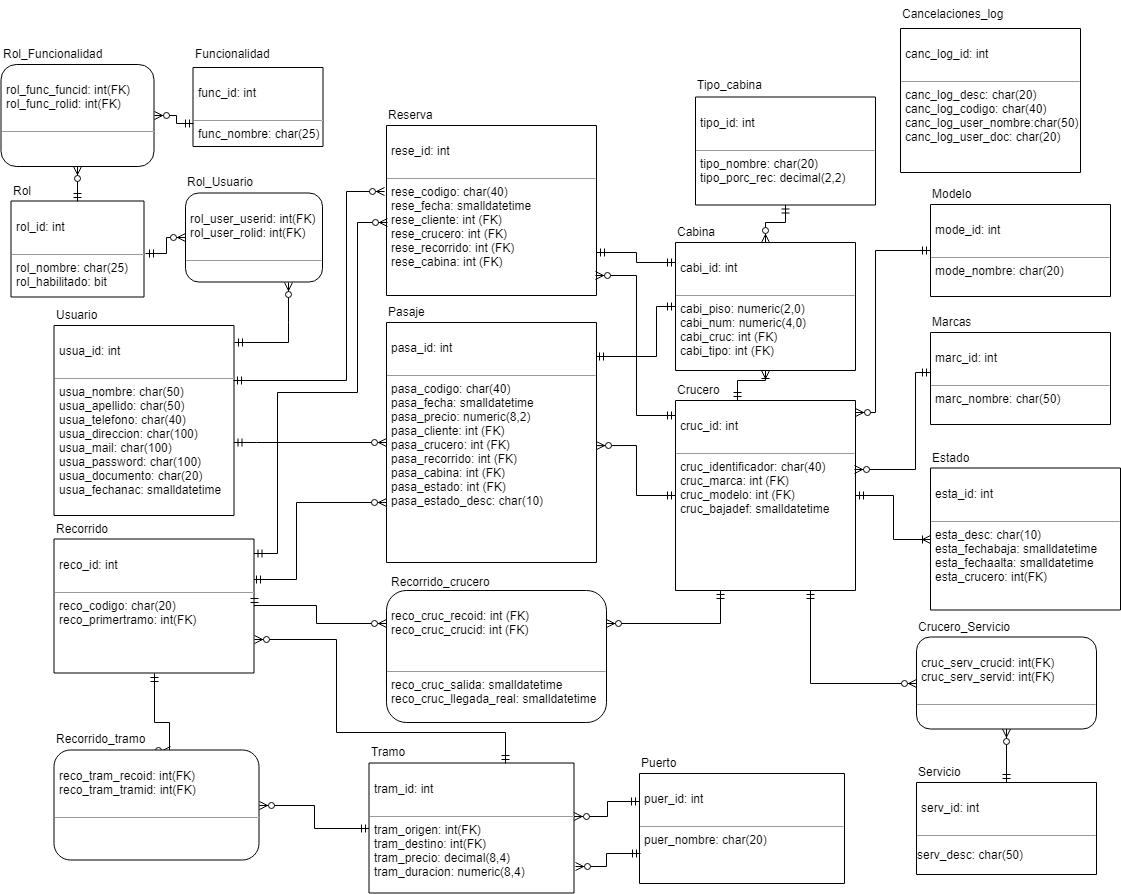
Above: gdd tp.png in UliDePiero/GdD_1C2K19 (draw.io), before the change. Source tidied: cells renumbered, new cells last; positions are measured from the earlier drawing's top-left corner, leaving out a move shared by most shapes.
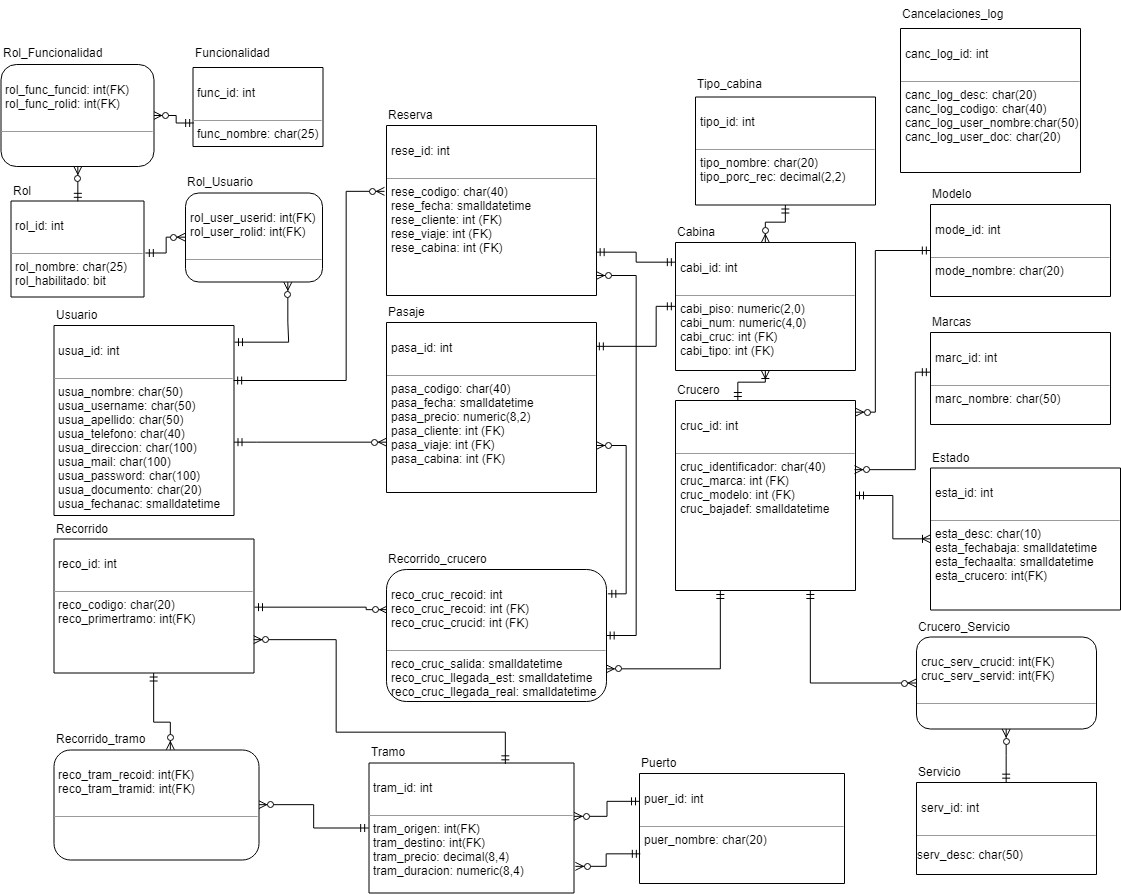
Later version of the same file.

The edit, as a diff of the source:
```diff
@@ -18,27 +18,19 @@
         </Array>
       </mxGeometry>
     </mxCell>
-    <mxCell id="4" value="&lt;p style=&quot;margin: 0px ; margin-top: 4px ; text-align: center&quot;&gt;&lt;br&gt;&lt;/p&gt;&lt;p style=&quot;margin: 0px ; margin-left: 4px&quot;&gt;usua_id: int&lt;/p&gt;&lt;p style=&quot;margin: 0px ; margin-left: 4px&quot;&gt;&lt;br&gt;&lt;/p&gt;&lt;hr size=&quot;1&quot;&gt;&lt;p style=&quot;margin: 0px ; margin-left: 4px&quot;&gt;usua_nombre: char(50)&lt;/p&gt;&lt;p style=&quot;margin: 0px ; margin-left: 4px&quot;&gt;usua_apellido: char(50)&lt;/p&gt;&lt;p style=&quot;margin: 0px ; margin-left: 4px&quot;&gt;usua_telefono: char(40)&lt;/p&gt;&lt;p style=&quot;margin: 0px ; margin-left: 4px&quot;&gt;usua_direccion: char(100)&lt;/p&gt;&lt;p style=&quot;margin: 0px ; margin-left: 4px&quot;&gt;usua_mail: char(100)&lt;/p&gt;&lt;p style=&quot;margin: 0px ; margin-left: 4px&quot;&gt;usua_password: char(100)&lt;/p&gt;&lt;p style=&quot;margin: 0px ; margin-left: 4px&quot;&gt;usua_documento: char(20)&lt;/p&gt;&lt;p style=&quot;margin: 0px ; margin-left: 4px&quot;&gt;usua_fechanac: smalldatetime&lt;/p&gt;&lt;p style=&quot;margin: 0px ; margin-left: 4px&quot;&gt;&lt;br&gt;&lt;/p&gt;" style="verticalAlign=top;align=left;overflow=fill;fontSize=12;fontFamily=Helvetica;html=1;rounded=0;shadow=0;comic=0;labelBackgroundColor=none;strokeColor=#000000;strokeWidth=1;fillColor=#ffffff;direction=south;" parent="1" vertex="1">
+    <mxCell id="4" value="&lt;p style=&quot;margin: 0px ; margin-top: 4px ; text-align: center&quot;&gt;&lt;br&gt;&lt;/p&gt;&lt;p style=&quot;margin: 0px ; margin-left: 4px&quot;&gt;usua_id: int&lt;/p&gt;&lt;p style=&quot;margin: 0px ; margin-left: 4px&quot;&gt;&lt;br&gt;&lt;/p&gt;&lt;hr size=&quot;1&quot;&gt;&lt;p style=&quot;margin: 0px ; margin-left: 4px&quot;&gt;usua_nombre: char(50)&lt;/p&gt;&lt;p style=&quot;margin: 0px ; margin-left: 4px&quot;&gt;usua_username: char(50)&lt;/p&gt;&lt;p style=&quot;margin: 0px ; margin-left: 4px&quot;&gt;usua_apellido: char(50)&lt;/p&gt;&lt;p style=&quot;margin: 0px ; margin-left: 4px&quot;&gt;usua_telefono: char(40)&lt;/p&gt;&lt;p style=&quot;margin: 0px ; margin-left: 4px&quot;&gt;usua_direccion: char(100)&lt;/p&gt;&lt;p style=&quot;margin: 0px ; margin-left: 4px&quot;&gt;usua_mail: char(100)&lt;/p&gt;&lt;p style=&quot;margin: 0px ; margin-left: 4px&quot;&gt;usua_password: char(100)&lt;/p&gt;&lt;p style=&quot;margin: 0px ; margin-left: 4px&quot;&gt;usua_documento: char(20)&lt;/p&gt;&lt;p style=&quot;margin: 0px ; margin-left: 4px&quot;&gt;usua_fechanac: smalldatetime&lt;/p&gt;&lt;p style=&quot;margin: 0px ; margin-left: 4px&quot;&gt;&lt;br&gt;&lt;/p&gt;" style="verticalAlign=top;align=left;overflow=fill;fontSize=12;fontFamily=Helvetica;html=1;rounded=0;shadow=0;comic=0;labelBackgroundColor=none;strokeColor=#000000;strokeWidth=1;fillColor=#ffffff;direction=south;" parent="1" vertex="1">
       <mxGeometry x="53.5" y="325" width="180" height="190" as="geometry" />
     </mxCell>
     <mxCell id="5" style="edgeStyle=orthogonalEdgeStyle;rounded=0;jettySize=auto;html=1;exitX=0.141;exitY=0.005;exitDx=0;exitDy=0;entryX=0.5;entryY=1;entryDx=0;entryDy=0;startArrow=ERmandOne;startFill=0;endArrow=ERmandOne;endFill=0;exitPerimeter=0;" parent="1" edge="1" source="7" target="16">
       <mxGeometry relative="1" as="geometry">
         <Array as="points">
-          <mxPoint x="656" y="356" />
+          <mxPoint x="656" y="346" />
           <mxPoint x="656" y="306" />
         </Array>
       </mxGeometry>
     </mxCell>
-    <mxCell id="6" style="edgeStyle=orthogonalEdgeStyle;rounded=0;jettySize=auto;html=1;exitX=0.75;exitY=1;exitDx=0;exitDy=0;entryX=0.006;entryY=0.7;entryDx=0;entryDy=0;endArrow=ERmandOne;endFill=0;startArrow=ERzeroToMany;startFill=1;entryPerimeter=0;" parent="1" edge="1" source="7" target="21">
-      <mxGeometry relative="1" as="geometry">
-        <Array as="points">
-          <mxPoint x="296" y="502" />
-          <mxPoint x="296" y="579" />
-        </Array>
-      </mxGeometry>
-    </mxCell>
-    <mxCell id="7" value="&lt;p style=&quot;margin: 0px ; margin-top: 4px ; text-align: center&quot;&gt;&lt;br&gt;&lt;/p&gt;&lt;p style=&quot;margin: 0px ; margin-left: 4px&quot;&gt;pasa_id: int&lt;br&gt;&lt;/p&gt;&lt;p style=&quot;margin: 0px ; margin-left: 4px&quot;&gt;&lt;br&gt;&lt;/p&gt;&lt;hr size=&quot;1&quot;&gt;&lt;p style=&quot;margin: 0px ; margin-left: 4px&quot;&gt;&lt;span&gt;pasa_codigo: char(40)&lt;/span&gt;&lt;/p&gt;&lt;p style=&quot;margin: 0px ; margin-left: 4px&quot;&gt;&lt;span&gt;pasa_fecha: smalldatetime&lt;/span&gt;&lt;/p&gt;&lt;p style=&quot;margin: 0px ; margin-left: 4px&quot;&gt;&lt;span&gt;pasa_precio: numeric(8,2)&lt;/span&gt;&lt;/p&gt;&lt;p style=&quot;margin: 0px ; margin-left: 4px&quot;&gt;&lt;span&gt;pasa_cliente: int (FK)&lt;/span&gt;&lt;br&gt;&lt;/p&gt;&lt;p style=&quot;margin: 0px ; margin-left: 4px&quot;&gt;pasa_crucero: int (FK)&lt;/p&gt;&lt;p style=&quot;margin: 0px ; margin-left: 4px&quot;&gt;pasa_recorrido: int (FK)&lt;/p&gt;&lt;p style=&quot;margin: 0px ; margin-left: 4px&quot;&gt;pasa_cabina: int (FK)&lt;/p&gt;&lt;p style=&quot;margin: 0px ; margin-left: 4px&quot;&gt;pasa_estado: int (FK)&lt;/p&gt;&lt;p style=&quot;margin: 0px ; margin-left: 4px&quot;&gt;pasa_estado_desc: char(10)&lt;/p&gt;&lt;p&gt;&lt;br&gt;&lt;/p&gt;" style="verticalAlign=top;align=left;overflow=fill;fontSize=12;fontFamily=Helvetica;html=1;rounded=0;shadow=0;comic=0;labelBackgroundColor=none;strokeColor=#000000;strokeWidth=1;fillColor=#ffffff;direction=south;" parent="1" vertex="1">
-      <mxGeometry x="386" y="322" width="210" height="240" as="geometry" />
+    <mxCell id="7" value="&lt;p style=&quot;margin: 0px ; margin-top: 4px ; text-align: center&quot;&gt;&lt;br&gt;&lt;/p&gt;&lt;p style=&quot;margin: 0px ; margin-left: 4px&quot;&gt;pasa_id: int&lt;br&gt;&lt;/p&gt;&lt;p style=&quot;margin: 0px ; margin-left: 4px&quot;&gt;&lt;br&gt;&lt;/p&gt;&lt;hr size=&quot;1&quot;&gt;&lt;p style=&quot;margin: 0px ; margin-left: 4px&quot;&gt;&lt;span&gt;pasa_codigo: char(40)&lt;/span&gt;&lt;/p&gt;&lt;p style=&quot;margin: 0px ; margin-left: 4px&quot;&gt;&lt;span&gt;pasa_fecha: smalldatetime&lt;/span&gt;&lt;/p&gt;&lt;p style=&quot;margin: 0px ; margin-left: 4px&quot;&gt;&lt;span&gt;pasa_precio: numeric(8,2)&lt;/span&gt;&lt;/p&gt;&lt;p style=&quot;margin: 0px ; margin-left: 4px&quot;&gt;&lt;span&gt;pasa_cliente: int (FK)&lt;/span&gt;&lt;br&gt;&lt;/p&gt;&lt;p style=&quot;margin: 0px ; margin-left: 4px&quot;&gt;pasa_viaje: int (FK)&lt;/p&gt;&lt;p style=&quot;margin: 0px ; margin-left: 4px&quot;&gt;&lt;span&gt;pasa_cabina: int (FK)&lt;/span&gt;&lt;br&gt;&lt;/p&gt;&lt;p style=&quot;margin: 0px ; margin-left: 4px&quot;&gt;&lt;br&gt;&lt;/p&gt;" style="verticalAlign=top;align=left;overflow=fill;fontSize=12;fontFamily=Helvetica;html=1;rounded=0;shadow=0;comic=0;labelBackgroundColor=none;strokeColor=#000000;strokeWidth=1;fillColor=#ffffff;direction=south;" parent="1" vertex="1">
+      <mxGeometry x="386" y="322" width="210" height="170" as="geometry" />
     </mxCell>
     <mxCell id="8" value="Usuario" style="text;html=1;align=left;verticalAlign=top;spacingTop=-4;" parent="1" vertex="1">
       <mxGeometry x="53.5" y="305" width="60" height="20" as="geometry" />
@@ -47,7 +39,12 @@
       <mxGeometry x="386" y="302" width="50" height="20" as="geometry" />
     </mxCell>
     <mxCell id="10" style="edgeStyle=orthogonalEdgeStyle;rounded=0;jettySize=auto;html=1;startArrow=ERmandOne;startFill=0;endArrow=ERoneToMany;endFill=0;exitX=0.002;exitY=0.653;exitDx=0;exitDy=0;exitPerimeter=0;" parent="1" edge="1" source="13" target="16">
-      <mxGeometry relative="1" as="geometry" />
+      <mxGeometry relative="1" as="geometry">
+        <Array as="points">
+          <mxPoint x="737" y="382" />
+          <mxPoint x="765" y="382" />
+        </Array>
+      </mxGeometry>
     </mxCell>
     <mxCell id="11" style="edgeStyle=orthogonalEdgeStyle;rounded=0;jettySize=auto;html=1;startArrow=ERmandOne;startFill=0;endArrow=ERoneToMany;endFill=0;" parent="1" edge="1" source="13" target="14">
       <mxGeometry relative="1" as="geometry" />
@@ -70,9 +67,13 @@
     <mxCell id="17" value="&lt;p style=&quot;margin: 0px ; margin-top: 4px ; text-align: center&quot;&gt;&lt;br&gt;&lt;/p&gt;&lt;p style=&quot;margin: 0px ; margin-left: 4px&quot;&gt;tipo_id: int&lt;/p&gt;&lt;p style=&quot;margin: 0px ; margin-left: 4px&quot;&gt;&lt;br&gt;&lt;/p&gt;&lt;hr size=&quot;1&quot;&gt;&lt;p style=&quot;margin: 0px ; margin-left: 4px&quot;&gt;&lt;span&gt;tipo_nombre: char(20)&lt;/span&gt;&lt;br&gt;&lt;/p&gt;&lt;p style=&quot;margin: 0px ; margin-left: 4px&quot;&gt;tipo_porc_rec: decimal(2,2)&lt;/p&gt;&lt;p style=&quot;margin: 0px ; margin-left: 4px&quot;&gt;&lt;br&gt;&lt;/p&gt;&lt;p style=&quot;margin: 0px ; margin-left: 4px&quot;&gt;&lt;br&gt;&lt;/p&gt;&lt;p style=&quot;margin: 0px ; margin-left: 4px&quot;&gt;&lt;br&gt;&lt;/p&gt;" style="verticalAlign=top;align=left;overflow=fill;fontSize=12;fontFamily=Helvetica;html=1;rounded=0;shadow=0;comic=0;labelBackgroundColor=none;strokeColor=#000000;strokeWidth=1;fillColor=#ffffff;direction=south;" parent="1" vertex="1">
       <mxGeometry x="695" y="96.5" width="180" height="108" as="geometry" />
     </mxCell>
-    <mxCell id="18" style="endArrow=ERmandOne;html=1;exitX=0.5;exitY=0;exitDx=0;exitDy=0;entryX=0.5;entryY=1;entryDx=0;entryDy=0;startArrow=ERzeroToMany;startFill=1;endFill=0;edgeStyle=orthogonalEdgeStyle;rounded=0;" parent="1" edge="1" target="13">
+    <mxCell id="18" style="endArrow=ERmandOne;html=1;exitX=0.5;exitY=0;exitDx=0;exitDy=0;entryX=0.182;entryY=-0.005;entryDx=0;entryDy=0;startArrow=ERzeroToMany;startFill=1;endFill=0;edgeStyle=orthogonalEdgeStyle;rounded=0;entryPerimeter=0;" parent="1" edge="1" target="29">
       <mxGeometry relative="1" as="geometry">
         <mxPoint x="596" y="445.1" as="sourcePoint" />
+        <Array as="points">
+          <mxPoint x="626" y="445" />
+          <mxPoint x="626" y="593" />
+        </Array>
       </mxGeometry>
     </mxCell>
     <mxCell id="19" value="Crucero" style="text;html=1;align=left;verticalAlign=top;spacingTop=-4;" parent="1" vertex="1">
@@ -98,11 +99,12 @@
     <mxCell id="24" value="Tramo" style="text;html=1;align=left;verticalAlign=top;spacingTop=-4;" parent="1" vertex="1">
       <mxGeometry x="368.5" y="741.5" width="50" height="20" as="geometry" />
     </mxCell>
-    <mxCell id="25" style="endArrow=ERzeroToMany;html=1;endFill=1;startArrow=ERmandOne;startFill=0;edgeStyle=orthogonalEdgeStyle;strokeColor=#000000;rounded=0;entryX=0.25;entryY=1;entryDx=0;entryDy=0;exitX=0;exitY=0.5;exitDx=0;exitDy=0;" parent="1" edge="1" source="21" target="29">
+    <mxCell id="25" style="endArrow=ERzeroToMany;html=1;endFill=1;startArrow=ERmandOne;startFill=0;edgeStyle=orthogonalEdgeStyle;strokeColor=#000000;rounded=0;entryX=0.303;entryY=0.995;entryDx=0;entryDy=0;exitX=0;exitY=0.5;exitDx=0;exitDy=0;entryPerimeter=0;" parent="1" edge="1" target="29">
       <mxGeometry relative="1" as="geometry">
+        <mxPoint x="254" y="607" as="sourcePoint" />
         <Array as="points">
-          <mxPoint x="316" y="605" />
-          <mxPoint x="316" y="623" />
+          <mxPoint x="366" y="607" />
+          <mxPoint x="366" y="609" />
         </Array>
       </mxGeometry>
     </mxCell>
@@ -115,14 +117,14 @@
     <mxCell id="28" value="Estado" style="text;html=1;align=left;verticalAlign=top;spacingTop=-4;" parent="1" vertex="1">
       <mxGeometry x="930" y="447.5" width="50" height="20" as="geometry" />
     </mxCell>
-    <mxCell id="29" value="&lt;p style=&quot;margin: 0px ; margin-top: 4px ; text-align: center&quot;&gt;&lt;br&gt;&lt;/p&gt;&lt;p style=&quot;margin: 0px ; margin-left: 4px&quot;&gt;&lt;span&gt;reco_cruc_recoid: int (FK)&lt;/span&gt;&lt;br&gt;&lt;/p&gt;&lt;p style=&quot;margin: 0px ; margin-left: 4px&quot;&gt;&lt;span&gt;reco_cruc_crucid: int (FK)&lt;/span&gt;&lt;/p&gt;&lt;p style=&quot;margin: 0px ; margin-left: 4px&quot;&gt;&lt;br&gt;&lt;/p&gt;&lt;p style=&quot;margin: 0px ; margin-left: 4px&quot;&gt;&lt;br&gt;&lt;/p&gt;&lt;hr size=&quot;1&quot;&gt;&lt;p style=&quot;margin: 0px ; margin-left: 4px&quot;&gt;&lt;span&gt;reco_cruc_salida: smalldatetime&lt;/span&gt;&lt;br&gt;&lt;/p&gt;&lt;p style=&quot;margin: 0px ; margin-left: 4px&quot;&gt;&lt;span&gt;reco_cruc_llegada_real: smalldatetime&lt;/span&gt;&lt;br&gt;&lt;/p&gt;&lt;p style=&quot;margin: 0px ; margin-left: 4px&quot;&gt;&lt;br&gt;&lt;/p&gt;" style="verticalAlign=top;align=left;overflow=fill;fontSize=12;fontFamily=Helvetica;html=1;rounded=1;shadow=0;comic=0;labelBackgroundColor=none;strokeColor=#000000;strokeWidth=1;fillColor=#ffffff;direction=south;" parent="1" vertex="1">
-      <mxGeometry x="386" y="590" width="220" height="132" as="geometry" />
+    <mxCell id="29" value="&lt;p style=&quot;margin: 0px ; margin-top: 4px ; text-align: center&quot;&gt;&lt;br&gt;&lt;/p&gt;&lt;p style=&quot;margin: 0px ; margin-left: 4px&quot;&gt;&lt;span&gt;reco_cruc_recoid: int&lt;/span&gt;&lt;/p&gt;&lt;p style=&quot;margin: 0px ; margin-left: 4px&quot;&gt;&lt;span&gt;reco_cruc_recoid: int (FK)&lt;/span&gt;&lt;br&gt;&lt;/p&gt;&lt;p style=&quot;margin: 0px ; margin-left: 4px&quot;&gt;&lt;span&gt;reco_cruc_crucid: int (FK)&lt;/span&gt;&lt;/p&gt;&lt;p style=&quot;margin: 0px ; margin-left: 4px&quot;&gt;&lt;br&gt;&lt;/p&gt;&lt;hr size=&quot;1&quot;&gt;&lt;p style=&quot;margin: 0px ; margin-left: 4px&quot;&gt;&lt;span&gt;reco_cruc_salida: smalldatetime&lt;/span&gt;&lt;br&gt;&lt;/p&gt;&lt;p style=&quot;margin: 0px ; margin-left: 4px&quot;&gt;&lt;span&gt;reco_cruc_llegada_est: smalldatetime&lt;/span&gt;&lt;/p&gt;&lt;p style=&quot;margin: 0px ; margin-left: 4px&quot;&gt;&lt;span&gt;reco_cruc_llegada_real: smalldatetime&lt;/span&gt;&lt;br&gt;&lt;/p&gt;&lt;p style=&quot;margin: 0px ; margin-left: 4px&quot;&gt;&lt;br&gt;&lt;/p&gt;" style="verticalAlign=top;align=left;overflow=fill;fontSize=12;fontFamily=Helvetica;html=1;rounded=1;shadow=0;comic=0;labelBackgroundColor=none;strokeColor=#000000;strokeWidth=1;fillColor=#ffffff;direction=south;" parent="1" vertex="1">
+      <mxGeometry x="386" y="569" width="220" height="132" as="geometry" />
     </mxCell>
-    <mxCell id="30" style="endArrow=ERzeroToMany;html=1;endFill=1;startArrow=ERmandOne;startFill=0;edgeStyle=orthogonalEdgeStyle;strokeColor=#000000;rounded=0;entryX=0.25;entryY=0;entryDx=0;entryDy=0;exitX=1;exitY=0.75;exitDx=0;exitDy=0;" parent="1" edge="1" source="13" target="29">
+    <mxCell id="30" style="endArrow=ERzeroToMany;html=1;endFill=1;startArrow=ERmandOne;startFill=0;edgeStyle=orthogonalEdgeStyle;strokeColor=#000000;rounded=0;entryX=0.75;entryY=0;entryDx=0;entryDy=0;exitX=1;exitY=0.75;exitDx=0;exitDy=0;" parent="1" edge="1" source="13" target="29">
       <mxGeometry relative="1" as="geometry" />
     </mxCell>
     <mxCell id="31" value="Recorrido_crucero" style="text;html=1;align=left;verticalAlign=top;spacingTop=-4;" parent="1" vertex="1">
-      <mxGeometry x="388.5" y="572" width="110" height="20" as="geometry" />
+      <mxGeometry x="386" y="549" width="110" height="20" as="geometry" />
     </mxCell>
     <mxCell id="32" value="&lt;p style=&quot;margin: 0px ; margin-top: 4px ; text-align: center&quot;&gt;&lt;br&gt;&lt;/p&gt;&lt;p style=&quot;margin: 0px ; margin-left: 4px&quot;&gt;puer_id: int&lt;/p&gt;&lt;p style=&quot;margin: 0px ; margin-left: 4px&quot;&gt;&lt;br&gt;&lt;/p&gt;&lt;hr size=&quot;1&quot;&gt;&lt;p style=&quot;margin: 0px ; margin-left: 4px&quot;&gt;puer_nombre: char(20)&lt;/p&gt;&lt;p style=&quot;margin: 0px ; margin-left: 4px&quot;&gt;&lt;br&gt;&lt;/p&gt;" style="verticalAlign=top;align=left;overflow=fill;fontSize=12;fontFamily=Helvetica;html=1;rounded=0;shadow=0;comic=0;labelBackgroundColor=none;strokeColor=#000000;strokeWidth=1;fillColor=#ffffff;direction=west;" parent="1" vertex="1">
       <mxGeometry x="639" y="773" width="205" height="110" as="geometry" />
@@ -262,7 +264,7 @@
     <mxCell id="63" value="Cancelaciones_log" style="text;html=1;" parent="1" vertex="1">
       <mxGeometry x="900" width="80" height="30" as="geometry" />
     </mxCell>
-    <mxCell id="64" value="&lt;p style=&quot;margin: 0px ; margin-top: 4px ; text-align: center&quot;&gt;&lt;br&gt;&lt;/p&gt;&lt;p style=&quot;margin: 0px ; margin-left: 4px&quot;&gt;rese_id: int&lt;br&gt;&lt;/p&gt;&lt;p style=&quot;margin: 0px ; margin-left: 4px&quot;&gt;&lt;br&gt;&lt;/p&gt;&lt;hr size=&quot;1&quot;&gt;&lt;p style=&quot;margin: 0px ; margin-left: 4px&quot;&gt;&lt;span&gt;rese_codigo: char(40)&lt;/span&gt;&lt;/p&gt;&lt;p style=&quot;margin: 0px ; margin-left: 4px&quot;&gt;&lt;span&gt;rese_fecha: smalldatetime&lt;/span&gt;&lt;/p&gt;&lt;p style=&quot;margin: 0px ; margin-left: 4px&quot;&gt;&lt;span&gt;rese_cliente: int (FK)&lt;/span&gt;&lt;br&gt;&lt;/p&gt;&lt;p style=&quot;margin: 0px ; margin-left: 4px&quot;&gt;rese_crucero: int (FK)&lt;/p&gt;&lt;p style=&quot;margin: 0px ; margin-left: 4px&quot;&gt;rese_recorrido: int (FK)&lt;/p&gt;&lt;p style=&quot;margin: 0px ; margin-left: 4px&quot;&gt;rese_cabina: int (FK)&lt;/p&gt;&lt;p style=&quot;margin: 0px ; margin-left: 4px&quot;&gt;&lt;br&gt;&lt;/p&gt;" style="verticalAlign=top;align=left;overflow=fill;fontSize=12;fontFamily=Helvetica;html=1;rounded=0;shadow=0;comic=0;labelBackgroundColor=none;strokeColor=#000000;strokeWidth=1;fillColor=#ffffff;direction=south;" parent="1" vertex="1">
+    <mxCell id="64" value="&lt;p style=&quot;margin: 0px ; margin-top: 4px ; text-align: center&quot;&gt;&lt;br&gt;&lt;/p&gt;&lt;p style=&quot;margin: 0px ; margin-left: 4px&quot;&gt;rese_id: int&lt;br&gt;&lt;/p&gt;&lt;p style=&quot;margin: 0px ; margin-left: 4px&quot;&gt;&lt;br&gt;&lt;/p&gt;&lt;hr size=&quot;1&quot;&gt;&lt;p style=&quot;margin: 0px ; margin-left: 4px&quot;&gt;&lt;span&gt;rese_codigo: char(40)&lt;/span&gt;&lt;/p&gt;&lt;p style=&quot;margin: 0px ; margin-left: 4px&quot;&gt;&lt;span&gt;rese_fecha: smalldatetime&lt;/span&gt;&lt;/p&gt;&lt;p style=&quot;margin: 0px ; margin-left: 4px&quot;&gt;&lt;span&gt;rese_cliente: int (FK)&lt;/span&gt;&lt;br&gt;&lt;/p&gt;&lt;p style=&quot;margin: 0px ; margin-left: 4px&quot;&gt;rese_viaje: int (FK)&lt;/p&gt;&lt;p style=&quot;margin: 0px ; margin-left: 4px&quot;&gt;rese_cabina: int (FK)&lt;/p&gt;&lt;p style=&quot;margin: 0px ; margin-left: 4px&quot;&gt;&lt;br&gt;&lt;/p&gt;" style="verticalAlign=top;align=left;overflow=fill;fontSize=12;fontFamily=Helvetica;html=1;rounded=0;shadow=0;comic=0;labelBackgroundColor=none;strokeColor=#000000;strokeWidth=1;fillColor=#ffffff;direction=south;" parent="1" vertex="1">
       <mxGeometry x="386" y="125" width="210" height="170" as="geometry" />
     </mxCell>
     <mxCell id="65" value="Reserva" style="text;html=1;align=left;verticalAlign=top;spacingTop=-4;" parent="1" vertex="1">
@@ -276,16 +278,6 @@
         </Array>
       </mxGeometry>
     </mxCell>
-    <mxCell id="67" style="edgeStyle=orthogonalEdgeStyle;rounded=0;jettySize=auto;html=1;endArrow=ERzeroToMany;endFill=1;startArrow=ERmandOne;startFill=0;entryX=0.569;entryY=0.994;entryDx=0;entryDy=0;entryPerimeter=0;" parent="1" edge="1" source="21" target="64">
-      <mxGeometry relative="1" as="geometry">
-        <Array as="points">
-          <mxPoint x="277" y="553" />
-          <mxPoint x="277" y="392" />
-          <mxPoint x="357" y="392" />
-          <mxPoint x="357" y="222" />
-        </Array>
-      </mxGeometry>
-    </mxCell>
     <mxCell id="68" style="edgeStyle=orthogonalEdgeStyle;rounded=0;orthogonalLoop=1;jettySize=auto;html=1;startArrow=ERmandOne;startFill=0;endArrow=ERmandOne;endFill=0;" parent="1" edge="1">
       <mxGeometry relative="1" as="geometry">
         <mxPoint x="596" y="252" as="sourcePoint" />
@@ -297,8 +289,13 @@
         </Array>
       </mxGeometry>
     </mxCell>
-    <mxCell id="69" style="endArrow=ERmandOne;html=1;exitX=0.884;exitY=0.003;exitDx=0;exitDy=0;entryX=0.08;entryY=1.002;entryDx=0;entryDy=0;startArrow=ERzeroToMany;startFill=1;endFill=0;edgeStyle=orthogonalEdgeStyle;rounded=0;exitPerimeter=0;entryPerimeter=0;" parent="1" edge="1" source="64" target="13">
-      <mxGeometry relative="1" as="geometry" />
+    <mxCell id="69" style="endArrow=ERmandOne;html=1;exitX=0.884;exitY=0.003;exitDx=0;exitDy=0;entryX=0.5;entryY=0;entryDx=0;entryDy=0;startArrow=ERzeroToMany;startFill=1;endFill=0;edgeStyle=orthogonalEdgeStyle;rounded=0;exitPerimeter=0;" parent="1" edge="1" source="64" target="29">
+      <mxGeometry relative="1" as="geometry">
+        <Array as="points">
+          <mxPoint x="636" y="275" />
+          <mxPoint x="636" y="635" />
+        </Array>
+      </mxGeometry>
     </mxCell>
   </root>
 </mxGraphModel>
```
